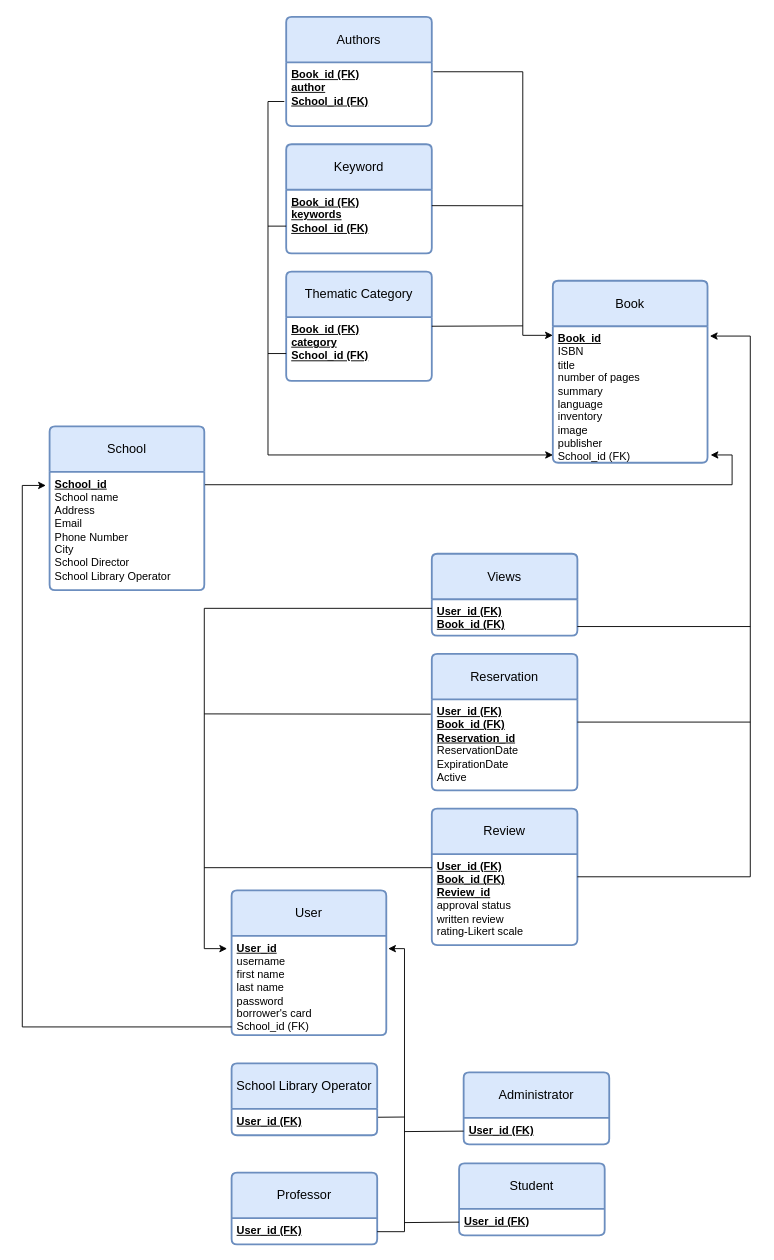
This is diagrams/Prosxedio-relational.drawio from ntua-el19877/Databases, a draw.io file, before an edit. Source tidied: cells renumbered, new cells numbered last; positions are measured from the earlier drawing's top-left corner, leaving out a move shared by most shapes. Both pictures are drawn from the tidied source at 91%, with x=0, y=0 at pixel (22, 16).
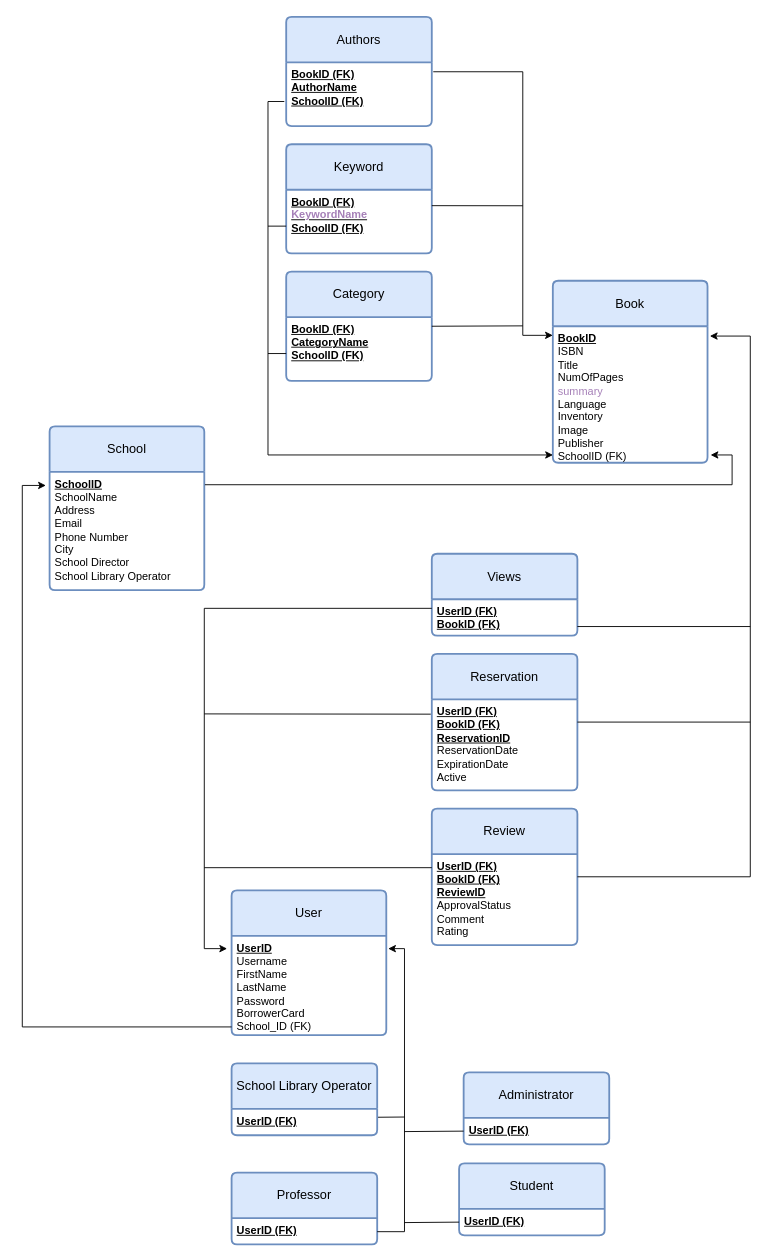
The same page after the edit.

Unchanged cells that the change refers to:
```xml
<mxCell id="2" value="School" style="swimlane;horizontal=1;startSize=50;rounded=1;fontSize=14;fontStyle=0;strokeWidth=2;shadow=0;dashed=0;align=center;arcSize=4;whiteSpace=wrap;html=1;fillColor=#dae8fc;strokeColor=#6c8ebf;" parent="1" vertex="1">
  <mxGeometry x="30" y="450" width="170" height="180" as="geometry" />
</mxCell>
<mxCell id="4" value="Book" style="swimlane;horizontal=1;startSize=50;rounded=1;fontSize=14;fontStyle=0;strokeWidth=2;shadow=0;dashed=0;align=center;arcSize=4;whiteSpace=wrap;html=1;fillColor=#dae8fc;strokeColor=#6c8ebf;" parent="1" vertex="1">
  <mxGeometry x="583" y="290" width="170" height="200" as="geometry" />
</mxCell>
<mxCell id="6" value="Keyword" style="swimlane;horizontal=1;startSize=50;rounded=1;fontSize=14;fontStyle=0;strokeWidth=2;shadow=0;dashed=0;align=center;arcSize=4;whiteSpace=wrap;html=1;fillColor=#dae8fc;strokeColor=#6c8ebf;" parent="1" vertex="1">
  <mxGeometry x="290" y="140" width="160" height="120" as="geometry" />
</mxCell>
<mxCell id="10" value="Authors" style="swimlane;horizontal=1;startSize=50;rounded=1;fontSize=14;fontStyle=0;strokeWidth=2;shadow=0;dashed=0;align=center;arcSize=4;whiteSpace=wrap;html=1;fillColor=#dae8fc;strokeColor=#6c8ebf;" parent="1" vertex="1">
  <mxGeometry x="290" width="160" height="120" as="geometry" />
</mxCell>
<mxCell id="12" value="User" style="swimlane;horizontal=1;startSize=50;rounded=1;fontSize=14;fontStyle=0;strokeWidth=2;shadow=0;dashed=0;align=center;arcSize=4;whiteSpace=wrap;html=1;fillColor=#dae8fc;strokeColor=#6c8ebf;" parent="1" vertex="1">
  <mxGeometry x="230" y="960" width="170" height="159" as="geometry" />
</mxCell>
<mxCell id="15" value="School Library Operator" style="swimlane;horizontal=1;startSize=50;rounded=1;fontSize=14;fontStyle=0;strokeWidth=2;shadow=0;dashed=0;align=center;arcSize=4;whiteSpace=wrap;html=1;fillColor=#dae8fc;strokeColor=#6c8ebf;" parent="1" vertex="1">
  <mxGeometry x="230" y="1150" width="160" height="79" as="geometry" />
</mxCell>
<mxCell id="17" value="Professor" style="swimlane;horizontal=1;startSize=50;rounded=1;fontSize=14;fontStyle=0;strokeWidth=2;shadow=0;dashed=0;align=center;arcSize=4;whiteSpace=wrap;html=1;fillColor=#dae8fc;strokeColor=#6c8ebf;" parent="1" vertex="1">
  <mxGeometry x="230" y="1270" width="160" height="79" as="geometry" />
</mxCell>
<mxCell id="19" value="Administrator" style="swimlane;horizontal=1;startSize=50;rounded=1;fontSize=14;fontStyle=0;strokeWidth=2;shadow=0;dashed=0;align=center;arcSize=4;whiteSpace=wrap;html=1;fillColor=#dae8fc;strokeColor=#6c8ebf;" parent="1" vertex="1">
  <mxGeometry x="485" y="1160" width="160" height="79" as="geometry" />
</mxCell>
<mxCell id="21" value="Student" style="swimlane;horizontal=1;startSize=50;rounded=1;fontSize=14;fontStyle=0;strokeWidth=2;shadow=0;dashed=0;align=center;arcSize=4;whiteSpace=wrap;html=1;fillColor=#dae8fc;strokeColor=#6c8ebf;" parent="1" vertex="1">
  <mxGeometry x="480" y="1260" width="160" height="79" as="geometry" />
</mxCell>
<mxCell id="23" value="Review" style="swimlane;horizontal=1;startSize=50;rounded=1;fontSize=14;fontStyle=0;strokeWidth=2;shadow=0;dashed=0;align=center;arcSize=4;whiteSpace=wrap;html=1;fillColor=#dae8fc;strokeColor=#6c8ebf;" parent="1" vertex="1">
  <mxGeometry x="450" y="870" width="160" height="150" as="geometry" />
</mxCell>
<mxCell id="25" value="Views" style="swimlane;horizontal=1;startSize=50;rounded=1;fontSize=14;fontStyle=0;strokeWidth=2;shadow=0;dashed=0;align=center;arcSize=4;whiteSpace=wrap;html=1;fillColor=#dae8fc;strokeColor=#6c8ebf;" parent="1" vertex="1">
  <mxGeometry x="450" y="590" width="160" height="90" as="geometry" />
</mxCell>
<mxCell id="27" value="Reservation" style="swimlane;horizontal=1;startSize=50;rounded=1;fontSize=14;fontStyle=0;strokeWidth=2;shadow=0;dashed=0;align=center;arcSize=4;whiteSpace=wrap;html=1;fillColor=#dae8fc;strokeColor=#6c8ebf;" parent="1" vertex="1">
  <mxGeometry x="450" y="700" width="160" height="150" as="geometry" />
</mxCell>
```

Change to the diagram source:
```diff
@@
-    <mxCell id="3" value="&lt;u&gt;&lt;b&gt;School_id&lt;/b&gt;&lt;br&gt;&lt;/u&gt;School name&lt;br&gt;Address&lt;br&gt;Email&lt;br&gt;Phone Number&lt;br&gt;City&lt;br&gt;School Director&lt;br&gt;School Library Operator" style="align=left;strokeColor=none;fillColor=none;spacingLeft=4;fontSize=12;verticalAlign=top;html=1;" parent="2" vertex="1">
+    <mxCell id="3" value="&lt;u&gt;&lt;b&gt;SchoolID&lt;/b&gt;&lt;br&gt;&lt;/u&gt;SchoolName&lt;br&gt;Address&lt;br&gt;Email&lt;br&gt;Phone Number&lt;br&gt;City&lt;br&gt;School Director&lt;br&gt;School Library Operator" style="align=left;strokeColor=none;fillColor=none;spacingLeft=4;fontSize=12;verticalAlign=top;html=1;" parent="2" vertex="1">
       <mxGeometry y="50" width="170" height="130" as="geometry" />
     </mxCell>
@@
-    <mxCell id="5" value="&lt;b&gt;&lt;u&gt;Book_id&lt;/u&gt;&lt;br&gt;&lt;/b&gt;ISBN&lt;br&gt;title&lt;br&gt;number of pages&lt;br&gt;summary&lt;br&gt;language&lt;br&gt;inventory&lt;br&gt;image&lt;br&gt;publisher&lt;br&gt;School_id (FK)" style="align=left;strokeColor=none;fillColor=none;spacingLeft=4;fontSize=12;verticalAlign=top;html=1;" parent="4" vertex="1">
+    <mxCell id="5" value="&lt;b&gt;&lt;u&gt;BookID&lt;/u&gt;&lt;br&gt;&lt;/b&gt;ISBN&lt;br&gt;Title&lt;br&gt;NumOfPages&lt;br&gt;&lt;font color=&quot;#a680b8&quot;&gt;summary&lt;/font&gt;&lt;br&gt;Language&lt;br&gt;Inventory&lt;br&gt;Image&lt;br&gt;Publisher&lt;br&gt;SchoolID (FK)" style="align=left;strokeColor=none;fillColor=none;spacingLeft=4;fontSize=12;verticalAlign=top;html=1;" parent="4" vertex="1">
       <mxGeometry y="50" width="170" height="150" as="geometry" />
     </mxCell>
@@
-    <mxCell id="7" value="&lt;b&gt;&lt;u&gt;Book_id (FK)&lt;/u&gt;&lt;/b&gt;&lt;br&gt;&lt;b&gt;&lt;u&gt;keywords&lt;br&gt;&lt;/u&gt;&lt;/b&gt;&lt;b style=&quot;border-color: var(--border-color);&quot;&gt;&lt;u style=&quot;border-color: var(--border-color);&quot;&gt;School_id (FK)&lt;/u&gt;&lt;/b&gt;&lt;b&gt;&lt;u&gt;&lt;br&gt;&lt;/u&gt;&lt;/b&gt;" style="align=left;strokeColor=none;fillColor=none;spacingLeft=4;fontSize=12;verticalAlign=top;html=1;" parent="6" vertex="1">
+    <mxCell id="7" value="&lt;b style=&quot;border-color: var(--border-color);&quot;&gt;&lt;u style=&quot;border-color: var(--border-color);&quot;&gt;BookID (FK)&lt;/u&gt;&lt;/b&gt;&lt;br style=&quot;border-color: var(--border-color);&quot;&gt;&lt;b style=&quot;border-color: var(--border-color);&quot;&gt;&lt;u style=&quot;border-color: var(--border-color);&quot;&gt;&lt;font color=&quot;#a680b8&quot;&gt;KeywordName&lt;/font&gt;&lt;br style=&quot;border-color: var(--border-color);&quot;&gt;&lt;/u&gt;&lt;/b&gt;&lt;b style=&quot;border-color: var(--border-color);&quot;&gt;&lt;u style=&quot;border-color: var(--border-color);&quot;&gt;SchoolID (FK)&lt;/u&gt;&lt;/b&gt;&lt;b&gt;&lt;u&gt;&lt;br&gt;&lt;/u&gt;&lt;/b&gt;" style="align=left;strokeColor=none;fillColor=none;spacingLeft=4;fontSize=12;verticalAlign=top;html=1;" parent="6" vertex="1">
       <mxGeometry y="50" width="160" height="70" as="geometry" />
     </mxCell>
-    <mxCell id="8" value="Thematic Category" style="swimlane;horizontal=1;startSize=50;rounded=1;fontSize=14;fontStyle=0;strokeWidth=2;shadow=0;dashed=0;align=center;arcSize=4;whiteSpace=wrap;html=1;fillColor=#dae8fc;strokeColor=#6c8ebf;" parent="1" vertex="1">
+    <mxCell id="8" value="Category" style="swimlane;horizontal=1;startSize=50;rounded=1;fontSize=14;fontStyle=0;strokeWidth=2;shadow=0;dashed=0;align=center;arcSize=4;whiteSpace=wrap;html=1;fillColor=#dae8fc;strokeColor=#6c8ebf;" parent="1" vertex="1">
       <mxGeometry x="290" y="280" width="160" height="120" as="geometry" />
     </mxCell>
-    <mxCell id="9" value="&lt;b&gt;&lt;u&gt;Book_id (FK)&lt;/u&gt;&lt;/b&gt;&lt;br&gt;&lt;b&gt;&lt;u&gt;category&lt;br&gt;&lt;/u&gt;&lt;/b&gt;&lt;b style=&quot;border-color: var(--border-color);&quot;&gt;&lt;u style=&quot;border-color: var(--border-color);&quot;&gt;School_id (FK)&lt;/u&gt;&lt;/b&gt;&lt;b&gt;&lt;u&gt;&lt;br&gt;&lt;/u&gt;&lt;/b&gt;" style="align=left;strokeColor=none;fillColor=none;spacingLeft=4;fontSize=12;verticalAlign=top;html=1;" parent="8" vertex="1">
+    <mxCell id="9" value="&lt;b style=&quot;border-color: var(--border-color);&quot;&gt;&lt;u style=&quot;border-color: var(--border-color);&quot;&gt;BookID (FK)&lt;/u&gt;&lt;/b&gt;&lt;br style=&quot;border-color: var(--border-color);&quot;&gt;&lt;b style=&quot;border-color: var(--border-color);&quot;&gt;&lt;u style=&quot;border-color: var(--border-color);&quot;&gt;CategoryName&lt;br style=&quot;border-color: var(--border-color);&quot;&gt;&lt;/u&gt;&lt;/b&gt;&lt;b style=&quot;border-color: var(--border-color);&quot;&gt;&lt;u style=&quot;border-color: var(--border-color);&quot;&gt;SchoolID (FK)&lt;/u&gt;&lt;/b&gt;&lt;b&gt;&lt;u&gt;&lt;br&gt;&lt;/u&gt;&lt;/b&gt;" style="align=left;strokeColor=none;fillColor=none;spacingLeft=4;fontSize=12;verticalAlign=top;html=1;" parent="8" vertex="1">
       <mxGeometry y="50" width="160" height="70" as="geometry" />
     </mxCell>
@@
-    <mxCell id="11" value="&lt;b&gt;&lt;u&gt;Book_id (FK)&lt;/u&gt;&lt;/b&gt;&lt;br&gt;&lt;b&gt;&lt;u&gt;author&lt;br&gt;&lt;/u&gt;&lt;/b&gt;&lt;b style=&quot;border-color: var(--border-color);&quot;&gt;&lt;u style=&quot;border-color: var(--border-color);&quot;&gt;School_id (FK)&lt;/u&gt;&lt;/b&gt;" style="align=left;strokeColor=none;fillColor=none;spacingLeft=4;fontSize=12;verticalAlign=top;html=1;" parent="10" vertex="1">
+    <mxCell id="11" value="&lt;b&gt;&lt;u&gt;BookID (FK)&lt;/u&gt;&lt;/b&gt;&lt;br&gt;&lt;b&gt;&lt;u&gt;AuthorName&lt;br&gt;&lt;/u&gt;&lt;/b&gt;&lt;b style=&quot;border-color: var(--border-color);&quot;&gt;&lt;u style=&quot;border-color: var(--border-color);&quot;&gt;SchoolID (FK)&lt;/u&gt;&lt;/b&gt;" style="align=left;strokeColor=none;fillColor=none;spacingLeft=4;fontSize=12;verticalAlign=top;html=1;" parent="10" vertex="1">
       <mxGeometry y="50" width="160" height="70" as="geometry" />
     </mxCell>
@@
-    <mxCell id="13" value="&lt;u&gt;&lt;b&gt;User_id&lt;/b&gt;&lt;br&gt;&lt;/u&gt;username&lt;br&gt;first name&lt;br&gt;last name&lt;br&gt;password&lt;br&gt;borrower's card&lt;br&gt;School_id (FK)" style="align=left;strokeColor=none;fillColor=none;spacingLeft=4;fontSize=12;verticalAlign=top;html=1;" parent="12" vertex="1">
+    <mxCell id="13" value="&lt;u&gt;&lt;b&gt;UserID&lt;/b&gt;&lt;br&gt;&lt;/u&gt;Username&lt;br&gt;FirstName&lt;br&gt;LastName&lt;br&gt;Password&lt;br&gt;BorrowerCard&lt;br&gt;School_ID (FK)" style="align=left;strokeColor=none;fillColor=none;spacingLeft=4;fontSize=12;verticalAlign=top;html=1;" parent="12" vertex="1">
       <mxGeometry y="50" width="170" height="109" as="geometry" />
     </mxCell>
@@
-    <mxCell id="16" value="&lt;b&gt;&lt;u&gt;User_id (FK)&lt;/u&gt;&lt;/b&gt;" style="align=left;strokeColor=none;fillColor=none;spacingLeft=4;fontSize=12;verticalAlign=top;html=1;" parent="15" vertex="1">
+    <mxCell id="16" value="&lt;b&gt;&lt;u&gt;UserID (FK)&lt;/u&gt;&lt;/b&gt;" style="align=left;strokeColor=none;fillColor=none;spacingLeft=4;fontSize=12;verticalAlign=top;html=1;" parent="15" vertex="1">
       <mxGeometry y="50" width="160" height="29" as="geometry" />
     </mxCell>
@@
-    <mxCell id="18" value="&lt;b&gt;&lt;u&gt;User_id (FK)&lt;/u&gt;&lt;/b&gt;" style="align=left;strokeColor=none;fillColor=none;spacingLeft=4;fontSize=12;verticalAlign=top;html=1;" parent="17" vertex="1">
+    <mxCell id="18" value="&lt;b style=&quot;border-color: var(--border-color);&quot;&gt;&lt;u style=&quot;border-color: var(--border-color);&quot;&gt;UserID (FK)&lt;/u&gt;&lt;/b&gt;" style="align=left;strokeColor=none;fillColor=none;spacingLeft=4;fontSize=12;verticalAlign=top;html=1;" parent="17" vertex="1">
       <mxGeometry y="50" width="160" height="29" as="geometry" />
     </mxCell>
@@
-    <mxCell id="20" value="&lt;b&gt;&lt;u&gt;User_id (FK)&lt;/u&gt;&lt;/b&gt;" style="align=left;strokeColor=none;fillColor=none;spacingLeft=4;fontSize=12;verticalAlign=top;html=1;" parent="19" vertex="1">
+    <mxCell id="20" value="&lt;b style=&quot;border-color: var(--border-color);&quot;&gt;&lt;u style=&quot;border-color: var(--border-color);&quot;&gt;UserID (FK)&lt;/u&gt;&lt;/b&gt;" style="align=left;strokeColor=none;fillColor=none;spacingLeft=4;fontSize=12;verticalAlign=top;html=1;" parent="19" vertex="1">
       <mxGeometry y="50" width="160" height="29" as="geometry" />
     </mxCell>
@@
-    <mxCell id="22" value="&lt;b&gt;&lt;u&gt;User_id (FK)&lt;/u&gt;&lt;/b&gt;" style="align=left;strokeColor=none;fillColor=none;spacingLeft=4;fontSize=12;verticalAlign=top;html=1;" parent="21" vertex="1">
+    <mxCell id="22" value="&lt;b style=&quot;border-color: var(--border-color);&quot;&gt;&lt;u style=&quot;border-color: var(--border-color);&quot;&gt;UserID (FK)&lt;/u&gt;&lt;/b&gt;" style="align=left;strokeColor=none;fillColor=none;spacingLeft=4;fontSize=12;verticalAlign=top;html=1;" parent="21" vertex="1">
       <mxGeometry y="50" width="160" height="29" as="geometry" />
     </mxCell>
@@
-    <mxCell id="24" value="&lt;b&gt;&lt;u&gt;User_id (FK)&lt;br&gt;Book_id (FK)&lt;br&gt;Review_id&lt;/u&gt;&lt;/b&gt;&lt;br&gt;approval status&lt;br&gt;written review&lt;br&gt;rating-Likert scale" style="align=left;strokeColor=none;fillColor=none;spacingLeft=4;fontSize=12;verticalAlign=top;html=1;" parent="23" vertex="1">
+    <mxCell id="24" value="&lt;b&gt;&lt;u&gt;UserID (FK)&lt;br&gt;BookID (FK)&lt;br&gt;ReviewID&lt;/u&gt;&lt;/b&gt;&lt;br&gt;ApprovalStatus&lt;br&gt;Comment&lt;br&gt;Rating" style="align=left;strokeColor=none;fillColor=none;spacingLeft=4;fontSize=12;verticalAlign=top;html=1;" parent="23" vertex="1">
       <mxGeometry y="50" width="160" height="100" as="geometry" />
     </mxCell>
@@
-    <mxCell id="26" value="&lt;b style=&quot;border-color: var(--border-color);&quot;&gt;&lt;u style=&quot;border-color: var(--border-color);&quot;&gt;User_id (FK)&lt;/u&gt;&lt;/b&gt;&lt;b&gt;&lt;u&gt;&lt;br&gt;&lt;/u&gt;&lt;/b&gt;&lt;b style=&quot;border-color: var(--border-color);&quot;&gt;&lt;u style=&quot;border-color: var(--border-color);&quot;&gt;Book_id&amp;nbsp;&lt;/u&gt;&lt;/b&gt;&lt;b&gt;&lt;u&gt;(FK)&lt;br&gt;&lt;br&gt;&lt;/u&gt;&lt;/b&gt;" style="align=left;strokeColor=none;fillColor=none;spacingLeft=4;fontSize=12;verticalAlign=top;html=1;" parent="25" vertex="1">
+    <mxCell id="26" value="&lt;b style=&quot;border-color: var(--border-color);&quot;&gt;&lt;u style=&quot;border-color: var(--border-color);&quot;&gt;UserID (FK)&lt;/u&gt;&lt;/b&gt;&lt;b&gt;&lt;u&gt;&lt;br&gt;&lt;/u&gt;&lt;/b&gt;&lt;b style=&quot;border-color: var(--border-color);&quot;&gt;&lt;u style=&quot;border-color: var(--border-color);&quot;&gt;BookID&amp;nbsp;&lt;/u&gt;&lt;/b&gt;&lt;b&gt;&lt;u&gt;(FK)&lt;br&gt;&lt;br&gt;&lt;/u&gt;&lt;/b&gt;" style="align=left;strokeColor=none;fillColor=none;spacingLeft=4;fontSize=12;verticalAlign=top;html=1;" parent="25" vertex="1">
       <mxGeometry y="50" width="160" height="40" as="geometry" />
     </mxCell>
@@
-    <mxCell id="28" value="&lt;b style=&quot;text-decoration-line: underline;&quot;&gt;User_id (FK)&lt;/b&gt;&lt;br&gt;&lt;b style=&quot;text-decoration-line: underline;&quot;&gt;Book_id (FK)&lt;/b&gt;&lt;br&gt;&lt;b style=&quot;text-decoration-line: underline;&quot;&gt;Reservation_id&lt;/b&gt;&lt;br&gt;ReservationDate&lt;br&gt;ExpirationDate&lt;br&gt;Active" style="align=left;strokeColor=none;fillColor=none;spacingLeft=4;fontSize=12;verticalAlign=top;html=1;" parent="27" vertex="1">
+    <mxCell id="28" value="&lt;b style=&quot;text-decoration-line: underline;&quot;&gt;UserID (FK)&lt;/b&gt;&lt;br&gt;&lt;b style=&quot;text-decoration-line: underline;&quot;&gt;BookID (FK)&lt;/b&gt;&lt;br&gt;&lt;b style=&quot;text-decoration-line: underline;&quot;&gt;ReservationID&lt;/b&gt;&lt;br&gt;ReservationDate&lt;br&gt;ExpirationDate&lt;br&gt;Active" style="align=left;strokeColor=none;fillColor=none;spacingLeft=4;fontSize=12;verticalAlign=top;html=1;" parent="27" vertex="1">
       <mxGeometry y="50" width="160" height="100" as="geometry" />
     </mxCell>
```
